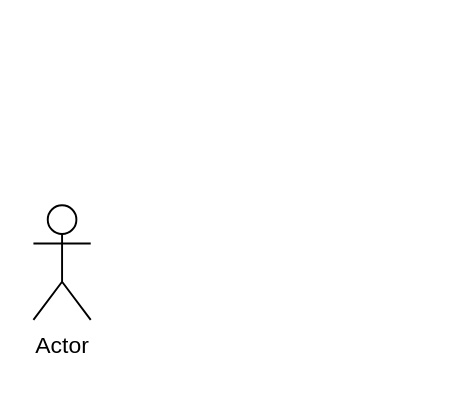
Above: Diagram bez tytułu.drawio in Kokarollka/praca-dyplomowa-gr3 (draw.io), before the change. Source tidied: cells renumbered, new cells numbered last; positions are measured from the earlier drawing's top-left corner, leaving out a move shared by most shapes. Both pictures are drawn from the tidied source at 191%, with x=0, y=0 at pixel (32, 204).
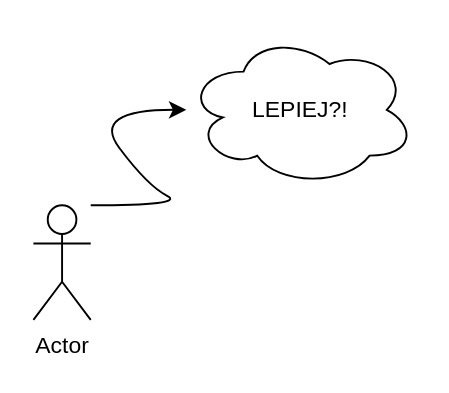
The same diagram, later.

The edit, as a diff of the source:
```diff
@@
 <mxGraphModel>
   <root>
     <mxCell id="0" />
     <mxCell id="1" parent="0" />
     <mxCell id="2" value="Actor" style="shape=umlActor;verticalLabelPosition=bottom;verticalAlign=top;html=1;" parent="1" vertex="1">
       <mxGeometry width="30" height="60" as="geometry" />
     </mxCell>
+    <mxCell id="3" value="LEPIEJ?!" style="ellipse;shape=cloud;whiteSpace=wrap;html=1;" parent="1" vertex="1">
+      <mxGeometry x="80" y="-90" width="120" height="80" as="geometry" />
+    </mxCell>
+    <mxCell id="4" style="curved=1;endArrow=classic;html=1;rounded=0;" parent="1" edge="1">
+      <mxGeometry relative="1" as="geometry">
+        <mxPoint x="30" as="sourcePoint" />
+        <mxPoint x="80" y="-50" as="targetPoint" />
+        <Array as="points">
+          <mxPoint x="80" />
+          <mxPoint x="60" y="-10" />
+          <mxPoint x="30" y="-50" />
+        </Array>
+      </mxGeometry>
+    </mxCell>
   </root>
 </mxGraphModel>
```
